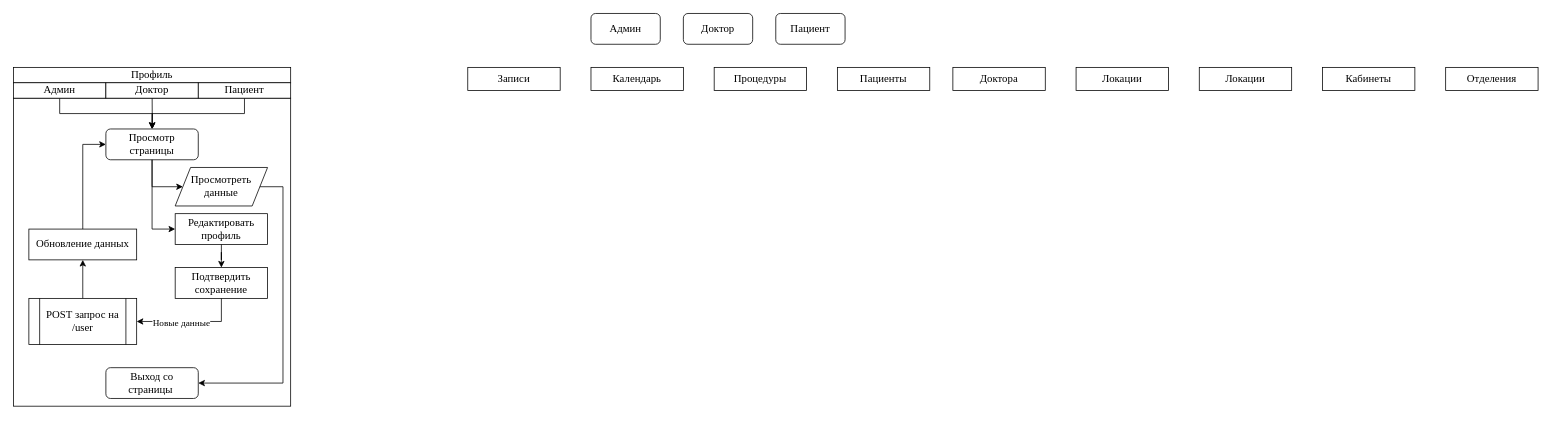
arturyumaev/Bachelor-Diploma-Docs keeps this draw.io diagram as work algorithm small.drawio. Above is the earlier version. Source tidied: cells renumbered, new cells numbered last; positions are measured from the earlier drawing's top-left corner, leaving out a move shared by most shapes. Both pictures are drawn from the tidied source at 77%, with x=0, y=0 at pixel (13, 13).
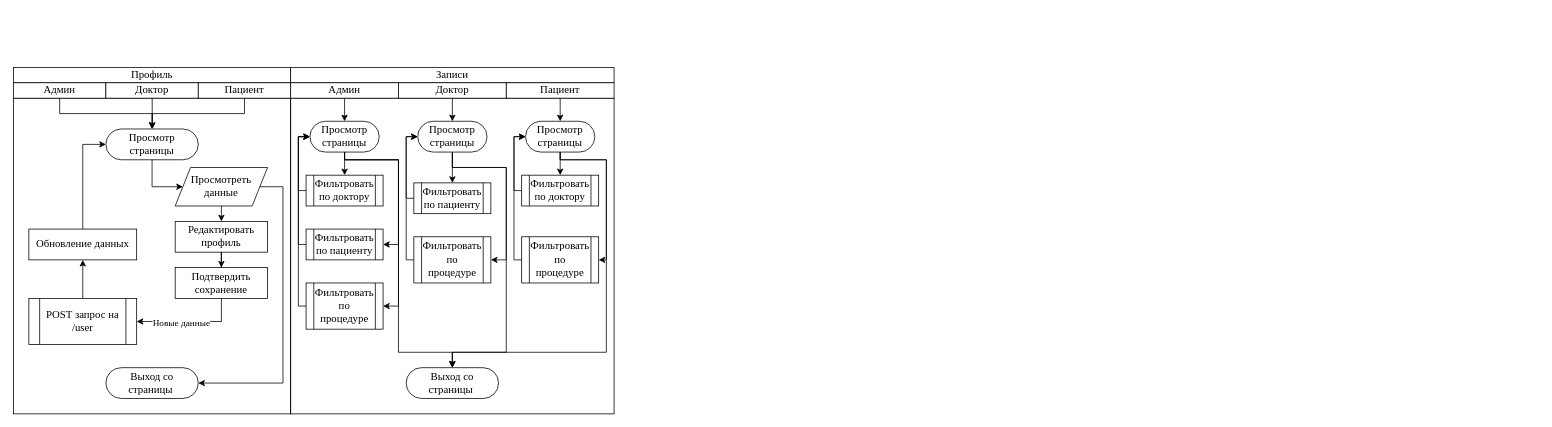
The same diagram, later.

Unchanged cells that the change refers to:
```xml
<mxCell id="29" value="&lt;font style=&quot;font-size: 14px&quot; face=&quot;Times New Roman&quot;&gt;Просмотреть данные&lt;/font&gt;" style="shape=parallelogram;perimeter=parallelogramPerimeter;whiteSpace=wrap;html=1;fixedSize=1;fillColor=none;" parent="1" vertex="1">
  <mxGeometry x="210" y="200" width="120" height="50" as="geometry" />
</mxCell>
```

What changed in the source:
```diff
@@
+    <mxCell id="37" style="rounded=0;whiteSpace=wrap;html=1;fillColor=none;" parent="1" vertex="1">
+      <mxGeometry x="360" y="110" width="420" height="410" as="geometry" />
+    </mxCell>
@@
     <mxCell id="3" style="rounded=0;whiteSpace=wrap;html=1;fillColor=none;" parent="1" vertex="1">
-      <mxGeometry y="110" width="360" height="400" as="geometry" />
+      <mxGeometry y="110" width="360" height="410" as="geometry" />
     </mxCell>
-    <mxCell id="4" value="&lt;font style=&quot;font-size: 14px&quot; face=&quot;Times New Roman&quot;&gt;Админ&lt;/font&gt;" style="rounded=1;whiteSpace=wrap;html=1;" parent="1" vertex="1">
-      <mxGeometry x="750" width="90" height="40" as="geometry" />
-    </mxCell>
-    <mxCell id="5" value="&lt;font style=&quot;font-size: 14px&quot; face=&quot;Times New Roman&quot;&gt;Доктор&lt;/font&gt;" style="rounded=1;whiteSpace=wrap;html=1;" parent="1" vertex="1">
-      <mxGeometry x="870" width="90" height="40" as="geometry" />
-    </mxCell>
-    <mxCell id="6" value="&lt;font style=&quot;font-size: 14px&quot; face=&quot;Times New Roman&quot;&gt;Пациент&lt;/font&gt;" style="rounded=1;whiteSpace=wrap;html=1;" parent="1" vertex="1">
-      <mxGeometry x="990" width="90" height="40" as="geometry" />
-    </mxCell>
@@
-    <mxCell id="8" value="&lt;font style=&quot;font-size: 14px&quot; face=&quot;Times New Roman&quot;&gt;Записи&lt;/font&gt;" style="rounded=0;whiteSpace=wrap;html=1;" parent="1" vertex="1">
-      <mxGeometry x="590" y="70" width="120" height="30" as="geometry" />
-    </mxCell>
-    <mxCell id="9" value="&lt;font style=&quot;font-size: 14px&quot; face=&quot;Times New Roman&quot;&gt;Календарь&lt;/font&gt;" style="rounded=0;whiteSpace=wrap;html=1;" parent="1" vertex="1">
-      <mxGeometry x="750" y="70" width="120" height="30" as="geometry" />
-    </mxCell>
-    <mxCell id="10" value="&lt;font style=&quot;font-size: 14px&quot; face=&quot;Times New Roman&quot;&gt;Процедуры&lt;/font&gt;" style="rounded=0;whiteSpace=wrap;html=1;" parent="1" vertex="1">
-      <mxGeometry x="910" y="70" width="120" height="30" as="geometry" />
-    </mxCell>
-    <mxCell id="11" value="&lt;font style=&quot;font-size: 14px&quot; face=&quot;Times New Roman&quot;&gt;Пациенты&lt;/font&gt;" style="rounded=0;whiteSpace=wrap;html=1;" parent="1" vertex="1">
-      <mxGeometry x="1070" y="70" width="120" height="30" as="geometry" />
-    </mxCell>
-    <mxCell id="12" value="&lt;font style=&quot;font-size: 14px&quot; face=&quot;Times New Roman&quot;&gt;Доктора&lt;/font&gt;" style="rounded=0;whiteSpace=wrap;html=1;" parent="1" vertex="1">
-      <mxGeometry x="1220" y="70" width="120" height="30" as="geometry" />
-    </mxCell>
-    <mxCell id="13" value="&lt;font style=&quot;font-size: 14px&quot; face=&quot;Times New Roman&quot;&gt;Локации&lt;/font&gt;" style="rounded=0;whiteSpace=wrap;html=1;" parent="1" vertex="1">
-      <mxGeometry x="1380" y="70" width="120" height="30" as="geometry" />
-    </mxCell>
-    <mxCell id="14" value="&lt;font style=&quot;font-size: 14px&quot; face=&quot;Times New Roman&quot;&gt;Локации&lt;/font&gt;" style="rounded=0;whiteSpace=wrap;html=1;" parent="1" vertex="1">
-      <mxGeometry x="1540" y="70" width="120" height="30" as="geometry" />
-    </mxCell>
-    <mxCell id="15" value="&lt;font style=&quot;font-size: 14px&quot; face=&quot;Times New Roman&quot;&gt;Кабинеты&lt;/font&gt;" style="rounded=0;whiteSpace=wrap;html=1;" parent="1" vertex="1">
-      <mxGeometry x="1700" y="70" width="120" height="30" as="geometry" />
-    </mxCell>
-    <mxCell id="16" value="&lt;font style=&quot;font-size: 14px&quot; face=&quot;Times New Roman&quot;&gt;Отделения&lt;/font&gt;" style="rounded=0;whiteSpace=wrap;html=1;" parent="1" vertex="1">
-      <mxGeometry x="1860" y="70" width="120" height="30" as="geometry" />
-    </mxCell>
@@
     <mxCell id="24" value="&lt;font style=&quot;font-size: 14px&quot; face=&quot;Times New Roman&quot;&gt;Редактировать профиль&lt;/font&gt;" style="rounded=0;whiteSpace=wrap;html=1;fillColor=none;" parent="1" vertex="1">
-      <mxGeometry x="210" y="260" width="120" height="40" as="geometry" />
+      <mxGeometry x="210" y="270" width="120" height="40" as="geometry" />
     </mxCell>
@@
-    <mxCell id="26" style="edgeStyle=orthogonalEdgeStyle;rounded=0;jettySize=auto;html=1;exitX=0.5;exitY=1;exitDx=0;exitDy=0;entryX=0;entryY=0.5;entryDx=0;entryDy=0;endArrow=classic;endFill=1;" parent="1" edge="1" source="27" target="24">
-      <mxGeometry relative="1" as="geometry" />
-    </mxCell>
-    <mxCell id="27" value="&lt;font style=&quot;font-size: 14px&quot; face=&quot;Times New Roman&quot;&gt;Просмотр страницы&lt;/font&gt;" style="rounded=1;whiteSpace=wrap;html=1;fillColor=none;" parent="1" vertex="1">
+    <mxCell id="27" value="&lt;font style=&quot;font-size: 14px&quot; face=&quot;Times New Roman&quot;&gt;Просмотр страницы&lt;/font&gt;" style="rounded=1;whiteSpace=wrap;html=1;fillColor=none;arcSize=50;" parent="1" vertex="1">
       <mxGeometry x="120" y="150" width="120" height="40" as="geometry" />
     </mxCell>
-    <mxCell id="28" value="&lt;font style=&quot;font-size: 14px&quot; face=&quot;Times New Roman&quot;&gt;Выход со страницы&amp;nbsp;&lt;/font&gt;" style="rounded=1;whiteSpace=wrap;html=1;fillColor=none;" parent="1" vertex="1">
+    <mxCell id="28" value="&lt;font style=&quot;font-size: 14px&quot; face=&quot;Times New Roman&quot;&gt;Выход со страницы&amp;nbsp;&lt;/font&gt;" style="rounded=1;whiteSpace=wrap;html=1;fillColor=none;arcSize=50;" parent="1" vertex="1">
       <mxGeometry x="120" y="460" width="120" height="40" as="geometry" />
     </mxCell>
+    <mxCell id="38" style="edgeStyle=orthogonalEdgeStyle;rounded=0;jettySize=auto;html=1;exitX=0.5;exitY=1;exitDx=0;exitDy=0;entryX=0.5;entryY=0;entryDx=0;entryDy=0;endArrow=classic;endFill=1;" parent="1" edge="1" source="29" target="24">
+      <mxGeometry relative="1" as="geometry" />
+    </mxCell>
@@
+    <mxCell id="8" value="&lt;font style=&quot;font-size: 14px&quot; face=&quot;Times New Roman&quot;&gt;Записи&lt;/font&gt;" style="rounded=0;whiteSpace=wrap;html=1;" parent="1" vertex="1">
+      <mxGeometry x="360" y="70" width="420" height="20" as="geometry" />
+    </mxCell>
+    <mxCell id="39" style="edgeStyle=orthogonalEdgeStyle;rounded=0;jettySize=auto;html=1;exitX=0.5;exitY=1;exitDx=0;exitDy=0;entryX=0.5;entryY=0;entryDx=0;entryDy=0;endArrow=classic;endFill=1;" parent="1" edge="1" source="4" target="47">
+      <mxGeometry relative="1" as="geometry" />
+    </mxCell>
+    <mxCell id="4" value="&lt;font style=&quot;font-size: 14px&quot; face=&quot;Times New Roman&quot;&gt;Админ&lt;/font&gt;" style="rounded=0;whiteSpace=wrap;html=1;" parent="1" vertex="1">
+      <mxGeometry x="360" y="90" width="140" height="20" as="geometry" />
+    </mxCell>
+    <mxCell id="40" style="edgeStyle=orthogonalEdgeStyle;rounded=0;jettySize=auto;html=1;exitX=0.5;exitY=1;exitDx=0;exitDy=0;entryX=0.5;entryY=0;entryDx=0;entryDy=0;endArrow=classic;endFill=1;" parent="1" edge="1" source="5" target="54">
+      <mxGeometry relative="1" as="geometry" />
+    </mxCell>
+    <mxCell id="5" value="&lt;font style=&quot;font-size: 14px&quot; face=&quot;Times New Roman&quot;&gt;Доктор&lt;/font&gt;" style="rounded=0;whiteSpace=wrap;html=1;" parent="1" vertex="1">
+      <mxGeometry x="500" y="90" width="140" height="20" as="geometry" />
+    </mxCell>
+    <mxCell id="41" style="edgeStyle=orthogonalEdgeStyle;rounded=0;jettySize=auto;html=1;exitX=0.5;exitY=1;exitDx=0;exitDy=0;entryX=0.5;entryY=0;entryDx=0;entryDy=0;endArrow=classic;endFill=1;" parent="1" edge="1" source="6" target="58">
+      <mxGeometry relative="1" as="geometry" />
+    </mxCell>
+    <mxCell id="6" value="&lt;font style=&quot;font-size: 14px&quot; face=&quot;Times New Roman&quot;&gt;Пациент&lt;/font&gt;" style="rounded=0;whiteSpace=wrap;html=1;" parent="1" vertex="1">
+      <mxGeometry x="640" y="90" width="140" height="20" as="geometry" />
+    </mxCell>
+    <mxCell id="42" style="edgeStyle=orthogonalEdgeStyle;rounded=0;orthogonalLoop=1;jettySize=auto;html=1;endArrow=classic;endFill=1;exitX=0.5;exitY=0;exitDx=0;exitDy=0;entryX=0.5;entryY=0;entryDx=0;entryDy=0;" parent="1" edge="1" source="47" target="47">
+      <mxGeometry relative="1" as="geometry" />
+    </mxCell>
+    <mxCell id="43" style="edgeStyle=orthogonalEdgeStyle;rounded=0;jettySize=auto;html=1;exitX=0.5;exitY=1;exitDx=0;exitDy=0;entryX=0.5;entryY=0;entryDx=0;entryDy=0;endArrow=classic;endFill=1;" parent="1" edge="1" source="47" target="50">
+      <mxGeometry relative="1" as="geometry" />
+    </mxCell>
+    <mxCell id="44" style="edgeStyle=orthogonalEdgeStyle;rounded=0;jettySize=auto;html=1;exitX=0.5;exitY=1;exitDx=0;exitDy=0;entryX=1;entryY=0.5;entryDx=0;entryDy=0;endArrow=classic;endFill=1;" parent="1" edge="1" source="47" target="60">
+      <mxGeometry relative="1" as="geometry">
+        <Array as="points">
+          <mxPoint x="430" y="190" />
+          <mxPoint x="500" y="190" />
+          <mxPoint x="500" y="300" />
+        </Array>
+      </mxGeometry>
+    </mxCell>
+    <mxCell id="45" style="edgeStyle=orthogonalEdgeStyle;rounded=0;jettySize=auto;html=1;exitX=0.5;exitY=1;exitDx=0;exitDy=0;entryX=1;entryY=0.5;entryDx=0;entryDy=0;endArrow=classic;endFill=1;" parent="1" edge="1" source="47" target="62">
+      <mxGeometry relative="1" as="geometry">
+        <Array as="points">
+          <mxPoint x="430" y="190" />
+          <mxPoint x="500" y="190" />
+          <mxPoint x="500" y="380" />
+        </Array>
+      </mxGeometry>
+    </mxCell>
+    <mxCell id="46" style="edgeStyle=orthogonalEdgeStyle;rounded=0;jettySize=auto;html=1;exitX=0.5;exitY=1;exitDx=0;exitDy=0;entryX=0.5;entryY=0;entryDx=0;entryDy=0;endArrow=classic;endFill=1;" parent="1" edge="1" source="47" target="48">
+      <mxGeometry relative="1" as="geometry">
+        <Array as="points">
+          <mxPoint x="430" y="190" />
+          <mxPoint x="500" y="190" />
+          <mxPoint x="500" y="440" />
+          <mxPoint x="570" y="440" />
+        </Array>
+      </mxGeometry>
+    </mxCell>
+    <mxCell id="47" value="&lt;font style=&quot;font-size: 14px&quot; face=&quot;Times New Roman&quot;&gt;Просмотр страницы&lt;/font&gt;" style="rounded=1;whiteSpace=wrap;html=1;fillColor=none;arcSize=50;" parent="1" vertex="1">
+      <mxGeometry x="385" y="140" width="90" height="40" as="geometry" />
+    </mxCell>
+    <mxCell id="48" value="&lt;font style=&quot;font-size: 14px&quot; face=&quot;Times New Roman&quot;&gt;Выход со страницы&amp;nbsp;&lt;/font&gt;" style="rounded=1;whiteSpace=wrap;html=1;fillColor=none;arcSize=50;" parent="1" vertex="1">
+      <mxGeometry x="510" y="460" width="120" height="40" as="geometry" />
+    </mxCell>
+    <mxCell id="49" style="edgeStyle=orthogonalEdgeStyle;rounded=0;jettySize=auto;html=1;entryX=0;entryY=0.5;entryDx=0;entryDy=0;endArrow=classic;endFill=1;" parent="1" edge="1" source="50" target="47">
+      <mxGeometry relative="1" as="geometry">
+        <Array as="points">
+          <mxPoint x="370" y="230" />
+          <mxPoint x="370" y="160" />
+        </Array>
+      </mxGeometry>
+    </mxCell>
+    <mxCell id="50" value="&lt;font style=&quot;font-size: 14px&quot; face=&quot;Times New Roman&quot;&gt;Фильтровать по доктору&lt;/font&gt;" style="shape=process;whiteSpace=wrap;html=1;backgroundOutline=1;fillColor=none;" parent="1" vertex="1">
+      <mxGeometry x="380" y="210" width="100" height="40" as="geometry" />
+    </mxCell>
+    <mxCell id="51" style="edgeStyle=orthogonalEdgeStyle;rounded=0;jettySize=auto;html=1;exitX=0.5;exitY=1;exitDx=0;exitDy=0;entryX=0.5;entryY=0;entryDx=0;entryDy=0;endArrow=classic;endFill=1;" parent="1" edge="1" source="54" target="64">
+      <mxGeometry relative="1" as="geometry" />
+    </mxCell>
+    <mxCell id="52" style="edgeStyle=orthogonalEdgeStyle;rounded=0;jettySize=auto;html=1;exitX=0.5;exitY=1;exitDx=0;exitDy=0;entryX=1;entryY=0.5;entryDx=0;entryDy=0;endArrow=classic;endFill=1;" parent="1" edge="1" source="54" target="66">
+      <mxGeometry relative="1" as="geometry">
+        <Array as="points">
+          <mxPoint x="570" y="200" />
+          <mxPoint x="640" y="200" />
+          <mxPoint x="640" y="320" />
+        </Array>
+      </mxGeometry>
+    </mxCell>
+    <mxCell id="53" style="edgeStyle=orthogonalEdgeStyle;rounded=0;jettySize=auto;html=1;exitX=0.5;exitY=1;exitDx=0;exitDy=0;entryX=0.5;entryY=0;entryDx=0;entryDy=0;endArrow=classic;endFill=1;" parent="1" edge="1" source="54" target="48">
+      <mxGeometry relative="1" as="geometry">
+        <Array as="points">
+          <mxPoint x="570" y="200" />
+          <mxPoint x="640" y="200" />
+          <mxPoint x="640" y="440" />
+          <mxPoint x="570" y="440" />
+        </Array>
+      </mxGeometry>
+    </mxCell>
+    <mxCell id="54" value="&lt;font style=&quot;font-size: 14px&quot; face=&quot;Times New Roman&quot;&gt;Просмотр страницы&lt;/font&gt;" style="rounded=1;whiteSpace=wrap;html=1;fillColor=none;arcSize=50;" parent="1" vertex="1">
+      <mxGeometry x="525" y="140" width="90" height="40" as="geometry" />
+    </mxCell>
+    <mxCell id="55" style="edgeStyle=orthogonalEdgeStyle;rounded=0;jettySize=auto;html=1;exitX=0.5;exitY=1;exitDx=0;exitDy=0;entryX=0.5;entryY=0;entryDx=0;entryDy=0;endArrow=classic;endFill=1;" parent="1" edge="1" source="58" target="68">
+      <mxGeometry relative="1" as="geometry" />
+    </mxCell>
+    <mxCell id="56" style="edgeStyle=orthogonalEdgeStyle;rounded=0;jettySize=auto;html=1;exitX=0.5;exitY=1;exitDx=0;exitDy=0;entryX=1;entryY=0.5;entryDx=0;entryDy=0;endArrow=classic;endFill=1;" parent="1" edge="1" source="58" target="70">
+      <mxGeometry relative="1" as="geometry">
+        <Array as="points">
+          <mxPoint x="710" y="190" />
+          <mxPoint x="770" y="190" />
+          <mxPoint x="770" y="320" />
+        </Array>
+      </mxGeometry>
+    </mxCell>
+    <mxCell id="57" style="edgeStyle=orthogonalEdgeStyle;rounded=0;jettySize=auto;html=1;exitX=0.5;exitY=1;exitDx=0;exitDy=0;entryX=0.5;entryY=0;entryDx=0;entryDy=0;endArrow=classic;endFill=1;" parent="1" edge="1" source="58" target="48">
+      <mxGeometry relative="1" as="geometry">
+        <Array as="points">
+          <mxPoint x="710" y="190" />
+          <mxPoint x="770" y="190" />
+          <mxPoint x="770" y="440" />
+          <mxPoint x="570" y="440" />
+        </Array>
+      </mxGeometry>
+    </mxCell>
+    <mxCell id="58" value="&lt;font style=&quot;font-size: 14px&quot; face=&quot;Times New Roman&quot;&gt;Просмотр страницы&lt;/font&gt;" style="rounded=1;whiteSpace=wrap;html=1;fillColor=none;arcSize=50;" parent="1" vertex="1">
+      <mxGeometry x="665" y="140" width="90" height="40" as="geometry" />
+    </mxCell>
+    <mxCell id="59" style="edgeStyle=orthogonalEdgeStyle;rounded=0;jettySize=auto;html=1;entryX=0;entryY=0.5;entryDx=0;entryDy=0;endArrow=classic;endFill=1;" parent="1" edge="1" source="60" target="47">
+      <mxGeometry relative="1" as="geometry">
+        <Array as="points">
+          <mxPoint x="370" y="300" />
+          <mxPoint x="370" y="160" />
+        </Array>
+      </mxGeometry>
+    </mxCell>
+    <mxCell id="60" value="&lt;font style=&quot;font-size: 14px&quot; face=&quot;Times New Roman&quot;&gt;Фильтровать по пациенту&lt;/font&gt;" style="shape=process;whiteSpace=wrap;html=1;backgroundOutline=1;fillColor=none;" parent="1" vertex="1">
+      <mxGeometry x="380" y="280" width="100" height="40" as="geometry" />
+    </mxCell>
+    <mxCell id="61" style="edgeStyle=orthogonalEdgeStyle;rounded=0;jettySize=auto;html=1;entryX=0;entryY=0.5;entryDx=0;entryDy=0;endArrow=classic;endFill=1;" parent="1" edge="1" source="62" target="47">
+      <mxGeometry relative="1" as="geometry">
+        <Array as="points">
+          <mxPoint x="370" y="380" />
+          <mxPoint x="370" y="160" />
+        </Array>
+      </mxGeometry>
+    </mxCell>
+    <mxCell id="62" value="&lt;font style=&quot;font-size: 14px&quot; face=&quot;Times New Roman&quot;&gt;Фильтровать по процедуре&lt;/font&gt;" style="shape=process;whiteSpace=wrap;html=1;backgroundOutline=1;fillColor=none;" parent="1" vertex="1">
+      <mxGeometry x="380" y="350" width="100" height="60" as="geometry" />
+    </mxCell>
+    <mxCell id="63" style="edgeStyle=orthogonalEdgeStyle;rounded=0;jettySize=auto;html=1;exitX=0;exitY=0.5;exitDx=0;exitDy=0;entryX=0;entryY=0.5;entryDx=0;entryDy=0;endArrow=classic;endFill=1;" parent="1" edge="1" source="64" target="54">
+      <mxGeometry relative="1" as="geometry">
+        <Array as="points">
+          <mxPoint x="510" y="240" />
+          <mxPoint x="510" y="160" />
+        </Array>
+      </mxGeometry>
+    </mxCell>
+    <mxCell id="64" value="&lt;font style=&quot;font-size: 14px&quot; face=&quot;Times New Roman&quot;&gt;Фильтровать по пациенту&lt;/font&gt;" style="shape=process;whiteSpace=wrap;html=1;backgroundOutline=1;fillColor=none;" parent="1" vertex="1">
+      <mxGeometry x="520" y="220" width="100" height="40" as="geometry" />
+    </mxCell>
+    <mxCell id="65" style="edgeStyle=orthogonalEdgeStyle;rounded=0;jettySize=auto;html=1;exitX=0;exitY=0.5;exitDx=0;exitDy=0;entryX=0;entryY=0.5;entryDx=0;entryDy=0;endArrow=classic;endFill=1;" parent="1" edge="1" source="66" target="54">
+      <mxGeometry relative="1" as="geometry">
+        <Array as="points">
+          <mxPoint x="510" y="320" />
+          <mxPoint x="510" y="160" />
+        </Array>
+      </mxGeometry>
+    </mxCell>
+    <mxCell id="66" value="&lt;font style=&quot;font-size: 14px&quot; face=&quot;Times New Roman&quot;&gt;Фильтровать по процедуре&lt;/font&gt;" style="shape=process;whiteSpace=wrap;html=1;backgroundOutline=1;fillColor=none;" parent="1" vertex="1">
+      <mxGeometry x="520" y="290" width="100" height="60" as="geometry" />
+    </mxCell>
+    <mxCell id="67" style="edgeStyle=orthogonalEdgeStyle;rounded=0;jettySize=auto;html=1;exitX=0;exitY=0.5;exitDx=0;exitDy=0;entryX=0;entryY=0.5;entryDx=0;entryDy=0;endArrow=classic;endFill=1;" parent="1" edge="1" source="68" target="58">
+      <mxGeometry relative="1" as="geometry">
+        <Array as="points">
+          <mxPoint x="650" y="230" />
+          <mxPoint x="650" y="160" />
+        </Array>
+      </mxGeometry>
+    </mxCell>
+    <mxCell id="68" value="&lt;font style=&quot;font-size: 14px&quot; face=&quot;Times New Roman&quot;&gt;Фильтровать по доктору&lt;/font&gt;" style="shape=process;whiteSpace=wrap;html=1;backgroundOutline=1;fillColor=none;" parent="1" vertex="1">
+      <mxGeometry x="660" y="210" width="100" height="40" as="geometry" />
+    </mxCell>
+    <mxCell id="69" style="edgeStyle=orthogonalEdgeStyle;rounded=0;jettySize=auto;html=1;exitX=0;exitY=0.5;exitDx=0;exitDy=0;entryX=0;entryY=0.5;entryDx=0;entryDy=0;endArrow=classic;endFill=1;" parent="1" edge="1" source="70" target="58">
+      <mxGeometry relative="1" as="geometry">
+        <Array as="points">
+          <mxPoint x="650" y="320" />
+          <mxPoint x="650" y="160" />
+        </Array>
+      </mxGeometry>
+    </mxCell>
+    <mxCell id="70" value="&lt;font style=&quot;font-size: 14px&quot; face=&quot;Times New Roman&quot;&gt;Фильтровать по процедуре&lt;/font&gt;" style="shape=process;whiteSpace=wrap;html=1;backgroundOutline=1;fillColor=none;" parent="1" vertex="1">
+      <mxGeometry x="660" y="290" width="100" height="60" as="geometry" />
+    </mxCell>
```
